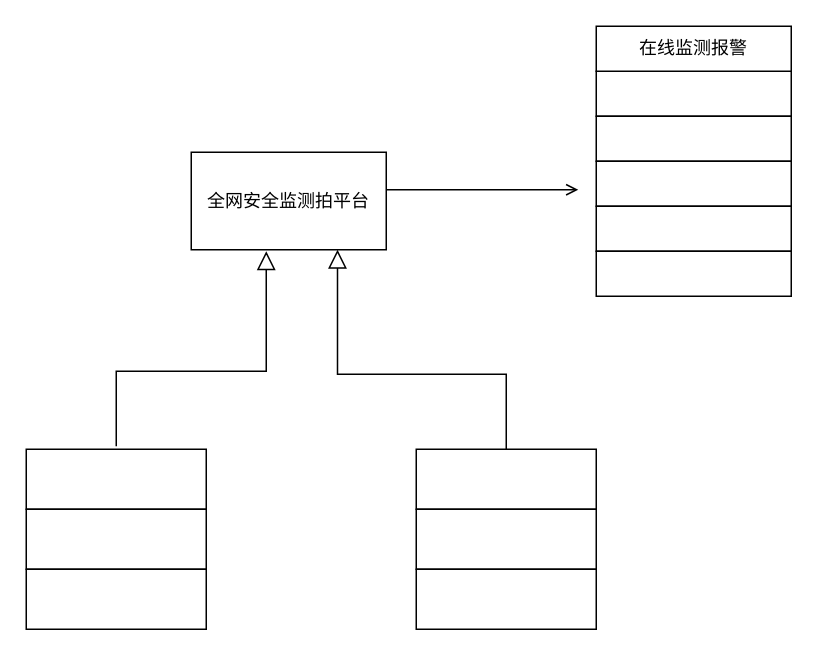
This is Untitled Diagram.drawio from zxflas/zxflas.github.io, a draw.io file, before an edit. Source tidied: cells renumbered, new cells numbered last; positions are measured from the earlier drawing's top-left corner, leaving out a move shared by most shapes. Both pictures are drawn from the tidied source at 150%, with x=0, y=0 at pixel (26, 26).
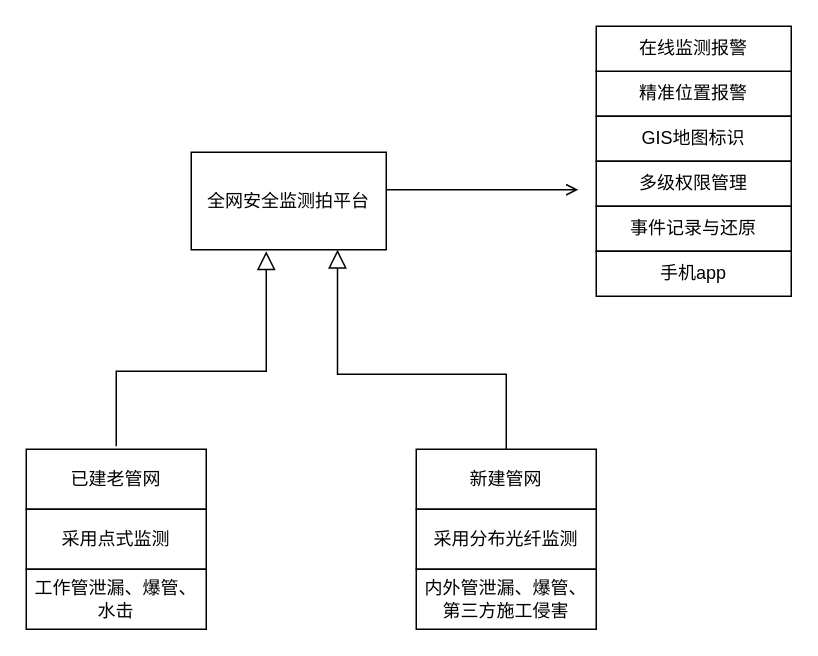
The same diagram, later.

Unchanged cells that the change refers to:
```xml
<mxCell id="11" style="group;" parent="1" vertex="1">
  <mxGeometry y="282" width="120" height="120" as="geometry" />
</mxCell>
<mxCell id="15" style="group;" parent="1" vertex="1">
  <mxGeometry x="180" y="232" width="200" height="170" as="geometry" />
</mxCell>
```

Change to the diagram source:
```diff
@@
-    <mxCell id="5" style="rounded=0;whiteSpace=wrap;html=1;" parent="1" vertex="1">
+    <mxCell id="5" value="精准位置报警" style="rounded=0;whiteSpace=wrap;html=1;" parent="1" vertex="1">
       <mxGeometry x="380" y="30" width="130" height="30" as="geometry" />
     </mxCell>
-    <mxCell id="6" style="rounded=0;whiteSpace=wrap;html=1;" parent="1" vertex="1">
+    <mxCell id="6" value="GIS地图标识" style="rounded=0;whiteSpace=wrap;html=1;" parent="1" vertex="1">
       <mxGeometry x="380" y="60" width="130" height="30" as="geometry" />
     </mxCell>
-    <mxCell id="7" style="rounded=0;whiteSpace=wrap;html=1;" parent="1" vertex="1">
+    <mxCell id="7" value="多级权限管理" style="rounded=0;whiteSpace=wrap;html=1;" parent="1" vertex="1">
       <mxGeometry x="380" y="90" width="130" height="30" as="geometry" />
     </mxCell>
-    <mxCell id="8" style="rounded=0;whiteSpace=wrap;html=1;" parent="1" vertex="1">
+    <mxCell id="8" value="事件记录与还原" style="rounded=0;whiteSpace=wrap;html=1;" parent="1" vertex="1">
       <mxGeometry x="380" y="120" width="130" height="30" as="geometry" />
     </mxCell>
-    <mxCell id="9" style="rounded=0;whiteSpace=wrap;html=1;" parent="1" vertex="1">
+    <mxCell id="9" value="手机app" style="rounded=0;whiteSpace=wrap;html=1;" parent="1" vertex="1">
       <mxGeometry x="380" y="150" width="130" height="30" as="geometry" />
     </mxCell>
@@
-    <mxCell id="12" style="rounded=0;whiteSpace=wrap;html=1;" parent="11" vertex="1">
+    <mxCell id="12" value="已建老管网" style="rounded=0;whiteSpace=wrap;html=1;" parent="11" vertex="1">
       <mxGeometry width="120" height="40" as="geometry" />
     </mxCell>
-    <mxCell id="13" style="rounded=0;whiteSpace=wrap;html=1;" parent="11" vertex="1">
+    <mxCell id="13" value="采用点式监测" style="rounded=0;whiteSpace=wrap;html=1;" parent="11" vertex="1">
       <mxGeometry y="40" width="120" height="40" as="geometry" />
     </mxCell>
-    <mxCell id="14" style="rounded=0;whiteSpace=wrap;html=1;" parent="11" vertex="1">
+    <mxCell id="14" value="工作管泄漏、爆管、水击" style="rounded=0;whiteSpace=wrap;html=1;" parent="11" vertex="1">
       <mxGeometry y="80" width="120" height="40" as="geometry" />
     </mxCell>
@@
-    <mxCell id="17" style="rounded=0;whiteSpace=wrap;html=1;" parent="15" vertex="1">
+    <mxCell id="17" value="新建管网" style="rounded=0;whiteSpace=wrap;html=1;" parent="15" vertex="1">
       <mxGeometry x="80" y="50" width="120" height="40" as="geometry" />
     </mxCell>
-    <mxCell id="18" style="rounded=0;whiteSpace=wrap;html=1;" parent="15" vertex="1">
+    <mxCell id="18" value="采用分布光纤监测" style="rounded=0;whiteSpace=wrap;html=1;" parent="15" vertex="1">
       <mxGeometry x="80" y="90" width="120" height="40" as="geometry" />
     </mxCell>
-    <mxCell id="19" style="rounded=0;whiteSpace=wrap;html=1;" parent="15" vertex="1">
+    <mxCell id="19" value="内外管泄漏、爆管、第三方施工侵害" style="rounded=0;whiteSpace=wrap;html=1;" parent="15" vertex="1">
       <mxGeometry x="80" y="130" width="120" height="40" as="geometry" />
     </mxCell>
```
